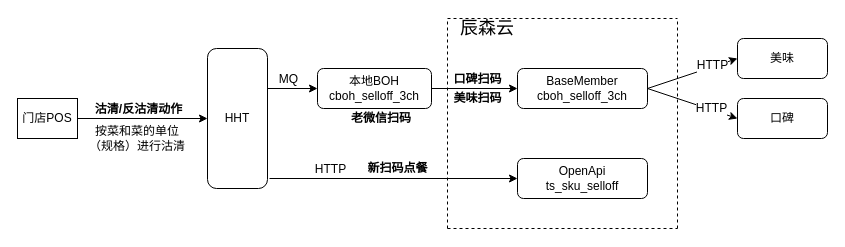
Before: 架构链路/沽清链路.drawio in liuchenwei2000/diagram, a draw.io diagram. Source tidied: cells renumbered, new cells numbered last; positions are measured from the earlier drawing's top-left corner, leaving out a move shared by most shapes. Both pictures are drawn from the tidied source at 100%, with x=0, y=0 at pixel (17, 18).
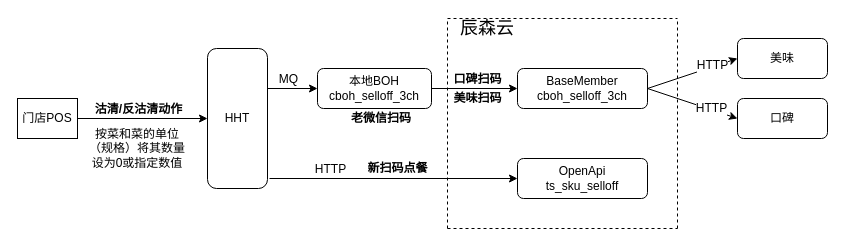
The same page after the edit.

The edit, as a diff of the source:
```diff
@@
-    <mxCell id="27" value="按菜和菜的单位（规格）进行沽清" style="text;html=1;strokeColor=none;fillColor=none;align=center;verticalAlign=middle;whiteSpace=wrap;rounded=0;" parent="1" vertex="1">
-      <mxGeometry x="70" y="90" width="100" height="60" as="geometry" />
+    <mxCell id="27" value="按菜和菜的单位（规格）将其数量设为0或指定数值" style="text;html=1;strokeColor=none;fillColor=none;align=center;verticalAlign=middle;whiteSpace=wrap;rounded=0;" parent="1" vertex="1">
+      <mxGeometry x="70" y="100" width="100" height="60" as="geometry" />
     </mxCell>
```
